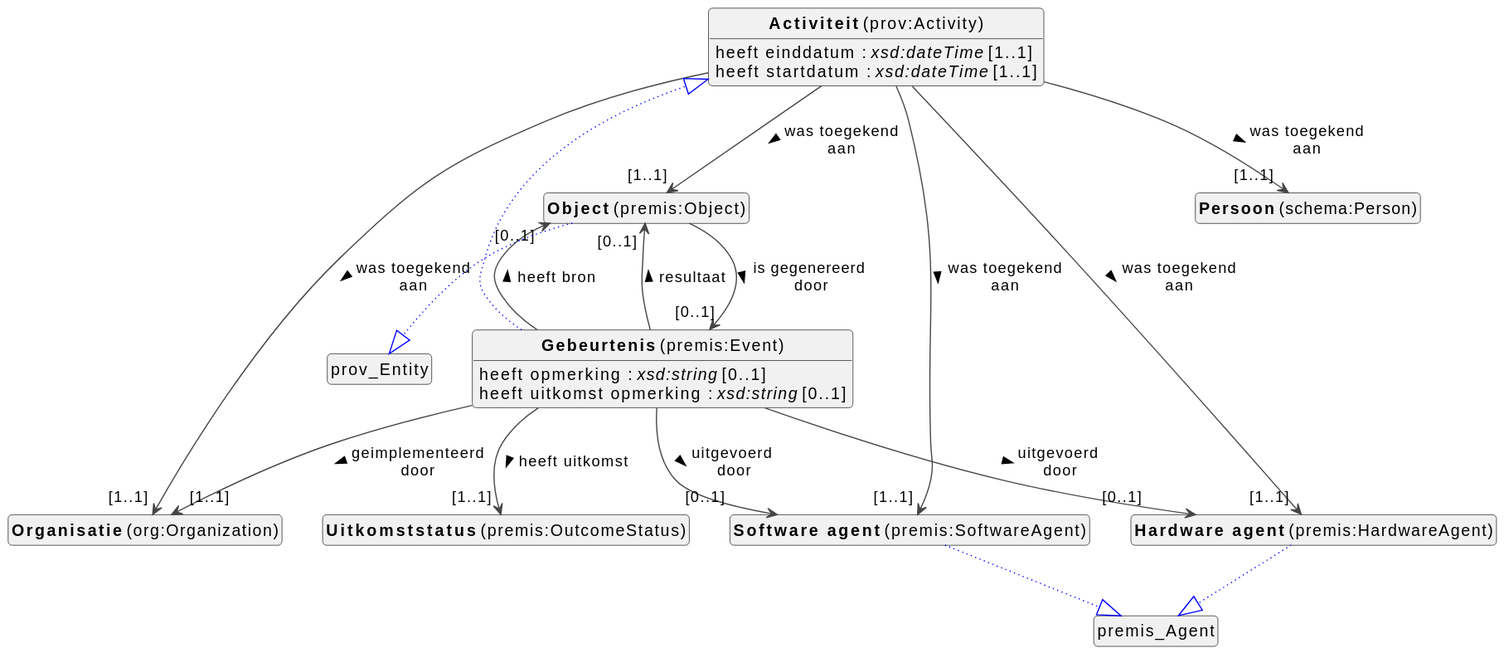
Before: docs/metadata/modellen/events-diagram.svg, a diagram exported from PlantUML (viaacode/documentation-jekyll).
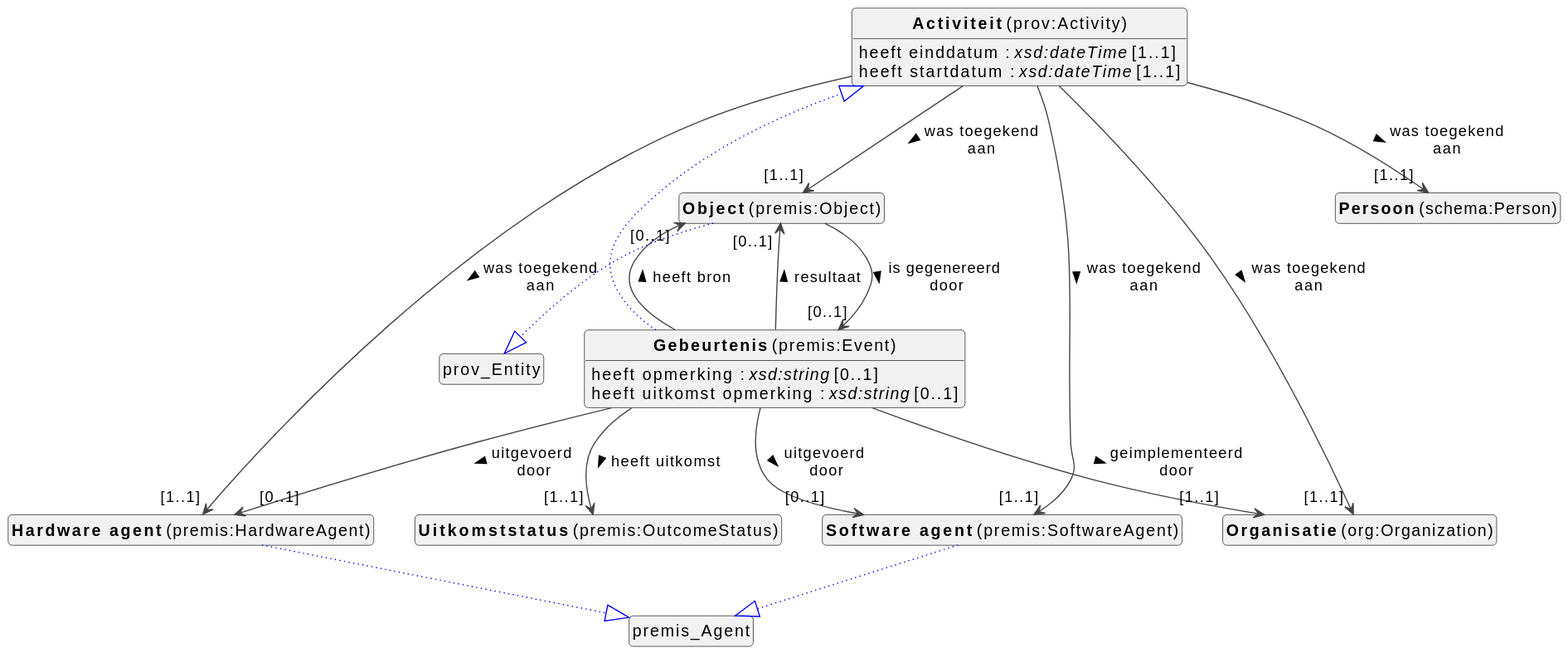
After the change.

What changed in the source:
```diff
@@ -11,10 +11,10 @@
 class "<b>Activiteit</b> (prov:Activity)" as prov_Activity [[#prov%3AActivity]]
 class "<b>Gebeurtenis</b> (premis:Event)" as premis_Event [[#premis%3AEvent]]
 class "<b>Object</b> (premis:Object)" as premis_Object [[#premis%3AObject]]
+class "<b>Hardware agent</b> (premis:HardwareAgent)" as premis_HardwareAgent [[#premis%3AHardwareAgent]]
+class "<b>Persoon</b> (schema:Person)" as schema_Person [[#schema%3APerson]]
 class "<b>Organisatie</b> (org:Organization)" as org_Organization [[#org%3AOrganization]]
 class "<b>Software agent</b> (premis:SoftwareAgent)" as premis_SoftwareAgent [[#premis%3ASoftwareAgent]]
-class "<b>Hardware agent</b> (premis:HardwareAgent)" as premis_HardwareAgent [[#premis%3AHardwareAgent]]
-class "<b>Persoon</b> (schema:Person)" as schema_Person [[#schema%3APerson]]
 class "<b>Uitkomststatus</b> (premis:OutcomeStatus)" as premis_OutcomeStatus [[#premis%3AOutcomeStatus]]
 
 
@@ -53,14 +53,14 @@
 
 premis_Object --> "[0..1]" premis_Event : is gegenereerd door >
 
+premis_HardwareAgent --|> premis_Agent #blue;line.dotted;text:blue
+
+
+
+
 
 
 premis_SoftwareAgent --|> premis_Agent #blue;line.dotted;text:blue
-
-
-premis_HardwareAgent --|> premis_Agent #blue;line.dotted;text:blue
-
-
 
 
 
```
